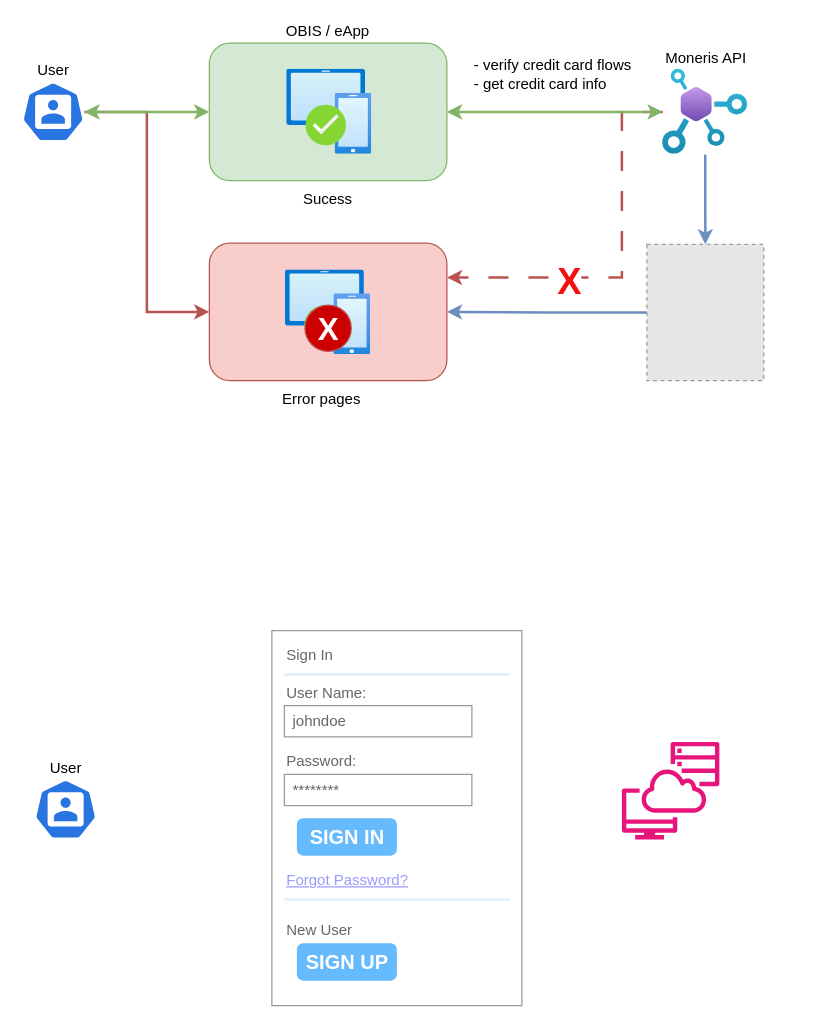
The draw.io diagram use cases.drawio in gtrofimov/draw-io-projects, before the edit. Source tidied: cells renumbered, new cells numbered last; positions are measured from the earlier drawing's top-left corner, leaving out a move shared by most shapes. Both pictures are drawn from the tidied source at 125%, with x=0, y=0 at pixel (21, 42). Pictures stored in the file or linked from it are replaced by grey dashed boxes.
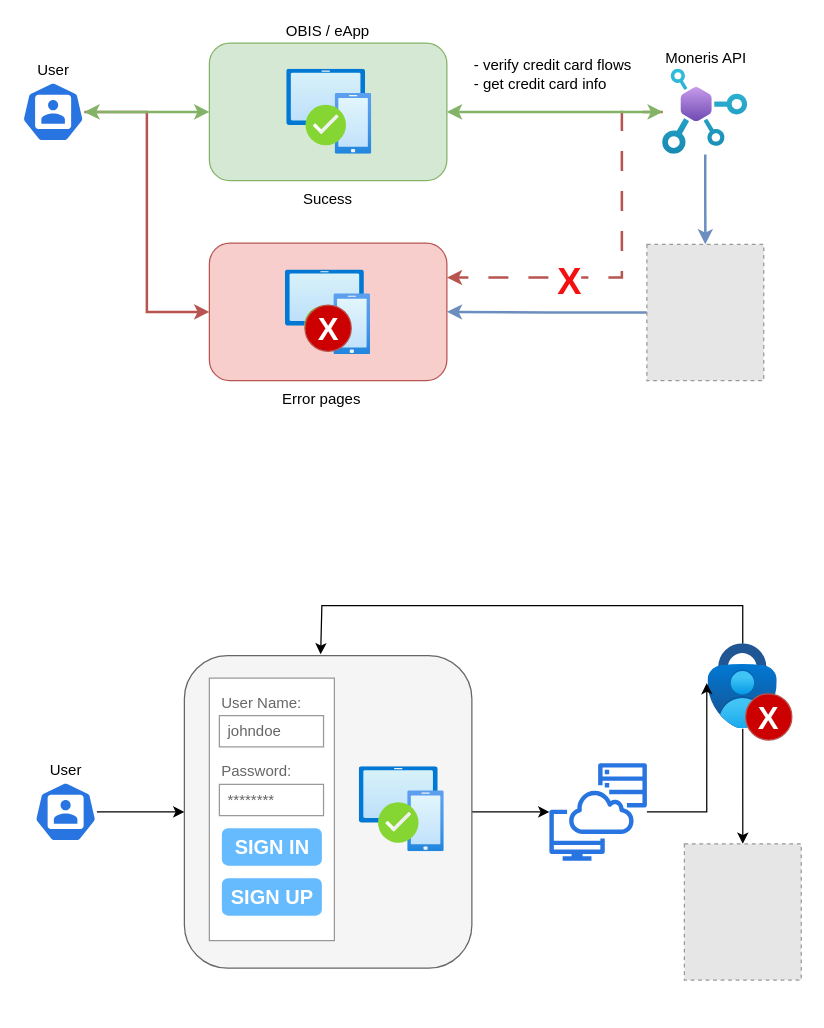
Above is the later version.

Change to the diagram source:
```diff
@@
+    <mxCell id="37" style="edgeStyle=orthogonalEdgeStyle;rounded=0;jettySize=auto;html=1;" parent="1" edge="1" source="38" target="36">
+      <mxGeometry relative="1" as="geometry" />
+    </mxCell>
+    <mxCell id="38" style="rounded=1;whiteSpace=wrap;html=1;fillColor=#f5f5f5;fontColor=#333333;strokeColor=#666666;" parent="1" vertex="1">
+      <mxGeometry x="130" y="490" width="230" height="250" as="geometry" />
+    </mxCell>
@@
+    <mxCell id="39" style="edgeStyle=orthogonalEdgeStyle;rounded=0;jettySize=auto;html=1;" parent="1" edge="1" source="23" target="38">
+      <mxGeometry relative="1" as="geometry" />
+    </mxCell>
     <mxCell id="23" value="User" style="sketch=0;html=1;dashed=0;whitespace=wrap;verticalLabelPosition=top;verticalAlign=bottom;fillColor=#2875E2;strokeColor=#ffffff;points=[[0.005,0.63,0],[0.1,0.2,0],[0.9,0.2,0],[0.5,0,0],[0.995,0.63,0],[0.72,0.99,0],[0.5,1,0],[0.28,0.99,0]];shape=mxgraph.kubernetes.icon2;prIcon=user;labelPosition=center;align=center;" parent="1" vertex="1">
-      <mxGeometry x="10" y="589" width="50" height="48" as="geometry" />
+      <mxGeometry x="10" y="591" width="50" height="48" as="geometry" />
     </mxCell>
     <mxCell id="24" style="strokeWidth=1;shadow=0;dashed=0;align=center;html=1;shape=mxgraph.mockup.forms.rrect;rSize=0;strokeColor=#999999;fillColor=#ffffff;" parent="1" vertex="1">
-      <mxGeometry x="200" y="470" width="200" height="300" as="geometry" />
+      <mxGeometry x="150" y="508" width="100" height="210" as="geometry" />
     </mxCell>
-    <mxCell id="25" value="Sign In" style="strokeWidth=1;shadow=0;dashed=0;align=center;html=1;shape=mxgraph.mockup.forms.anchor;fontSize=12;fontColor=#666666;align=left;spacingLeft=0;" parent="24" vertex="1">
-      <mxGeometry width="100" height="20" relative="1" as="geometry">
+    <mxCell id="25" style="strokeWidth=1;shadow=0;dashed=0;align=center;html=1;shape=mxgraph.mockup.forms.anchor;fontSize=12;fontColor=#666666;align=left;spacingLeft=0;" parent="24" vertex="1">
+      <mxGeometry width="50" height="20" relative="1" as="geometry">
         <mxPoint x="10" y="10" as="offset" />
       </mxGeometry>
     </mxCell>
-    <mxCell id="26" style="shape=line;strokeColor=#ddeeff;strokeWidth=2;html=1;" parent="24" vertex="1">
-      <mxGeometry width="180" height="10" relative="1" as="geometry">
-        <mxPoint x="10" y="30" as="offset" />
-      </mxGeometry>
-    </mxCell>
     <mxCell id="27" value="User Name:" style="strokeWidth=1;shadow=0;dashed=0;align=center;html=1;shape=mxgraph.mockup.forms.anchor;fontSize=12;fontColor=#666666;align=left;spacingLeft=0;" parent="24" vertex="1">
-      <mxGeometry width="100" height="20" relative="1" as="geometry">
-        <mxPoint x="10" y="40" as="offset" />
+      <mxGeometry width="50" height="20" relative="1" as="geometry">
+        <mxPoint x="8" y="10" as="offset" />
       </mxGeometry>
     </mxCell>
     <mxCell id="28" value="johndoe" style="strokeWidth=1;shadow=0;dashed=0;align=center;html=1;shape=mxgraph.mockup.forms.rrect;rSize=0;strokeColor=#999999;fontColor=#666666;align=left;spacingLeft=5;" parent="24" vertex="1">
-      <mxGeometry width="150" height="25" relative="1" as="geometry">
-        <mxPoint x="10" y="60" as="offset" />
+      <mxGeometry width="83.33" height="25" relative="1" as="geometry">
+        <mxPoint x="8" y="30" as="offset" />
       </mxGeometry>
     </mxCell>
     <mxCell id="29" value="Password:" style="strokeWidth=1;shadow=0;dashed=0;align=center;html=1;shape=mxgraph.mockup.forms.anchor;fontSize=12;fontColor=#666666;align=left;spacingLeft=0;" parent="24" vertex="1">
-      <mxGeometry width="100" height="20" relative="1" as="geometry">
-        <mxPoint x="10" y="95" as="offset" />
+      <mxGeometry width="50" height="20" relative="1" as="geometry">
+        <mxPoint x="8" y="65" as="offset" />
       </mxGeometry>
     </mxCell>
     <mxCell id="30" value="********" style="strokeWidth=1;shadow=0;dashed=0;align=center;html=1;shape=mxgraph.mockup.forms.rrect;rSize=0;strokeColor=#999999;fontColor=#666666;align=left;spacingLeft=5;" parent="24" vertex="1">
-      <mxGeometry width="150" height="25" relative="1" as="geometry">
-        <mxPoint x="10" y="115" as="offset" />
+      <mxGeometry width="83.33" height="25" relative="1" as="geometry">
+        <mxPoint x="8" y="85" as="offset" />
       </mxGeometry>
     </mxCell>
     <mxCell id="31" value="SIGN IN" style="strokeWidth=1;shadow=0;dashed=0;align=center;html=1;shape=mxgraph.mockup.forms.rrect;rSize=5;strokeColor=none;fontColor=#ffffff;fillColor=#66bbff;fontSize=16;fontStyle=1;" parent="24" vertex="1">
       <mxGeometry y="1" width="80" height="30" relative="1" as="geometry">
-        <mxPoint x="20" y="-150" as="offset" />
+        <mxPoint x="10" y="-90" as="offset" />
       </mxGeometry>
     </mxCell>
-    <mxCell id="32" value="Forgot Password?" style="strokeWidth=1;shadow=0;dashed=0;align=center;html=1;shape=mxgraph.mockup.forms.anchor;fontSize=12;fontColor=#9999ff;align=left;spacingLeft=0;fontStyle=4;" parent="24" vertex="1">
-      <mxGeometry y="1" width="150" height="20" relative="1" as="geometry">
+    <mxCell id="32" style="strokeWidth=1;shadow=0;dashed=0;align=center;html=1;shape=mxgraph.mockup.forms.anchor;fontSize=12;fontColor=#9999ff;align=left;spacingLeft=0;fontStyle=4;" parent="24" vertex="1">
+      <mxGeometry y="1" width="75" height="20" relative="1" as="geometry">
         <mxPoint x="10" y="-110" as="offset" />
       </mxGeometry>
     </mxCell>
-    <mxCell id="33" style="shape=line;strokeColor=#ddeeff;strokeWidth=2;html=1;" parent="24" vertex="1">
-      <mxGeometry y="1" width="180" height="10" relative="1" as="geometry">
-        <mxPoint x="10" y="-90" as="offset" />
-      </mxGeometry>
-    </mxCell>
-    <mxCell id="34" value="New User" style="strokeWidth=1;shadow=0;dashed=0;align=center;html=1;shape=mxgraph.mockup.forms.anchor;fontSize=12;fontColor=#666666;align=left;spacingLeft=0;" parent="24" vertex="1">
-      <mxGeometry y="1" width="150" height="20" relative="1" as="geometry">
-        <mxPoint x="10" y="-70" as="offset" />
-      </mxGeometry>
-    </mxCell>
     <mxCell id="35" value="SIGN UP" style="strokeWidth=1;shadow=0;dashed=0;align=center;html=1;shape=mxgraph.mockup.forms.rrect;rSize=5;strokeColor=none;fontColor=#ffffff;fillColor=#66bbff;fontSize=16;fontStyle=1;" parent="24" vertex="1">
       <mxGeometry y="1" width="80" height="30" relative="1" as="geometry">
-        <mxPoint x="20" y="-50" as="offset" />
+        <mxPoint x="10" y="-50" as="offset" />
       </mxGeometry>
     </mxCell>
-    <mxCell id="36" style="sketch=0;outlineConnect=0;fontColor=#232F3E;gradientColor=none;fillColor=#E7157B;strokeColor=none;dashed=0;verticalLabelPosition=bottom;verticalAlign=top;align=center;html=1;fontSize=12;fontStyle=0;shape=mxgraph.aws4.systems_manager_session_manager;" parent="1" vertex="1">
-      <mxGeometry x="480" y="559" width="78" height="78" as="geometry" />
+    <mxCell id="36" style="sketch=0;outlineConnect=0;fontColor=#232F3E;gradientColor=none;fillColor=#2875e2;strokeColor=none;dashed=0;verticalLabelPosition=bottom;verticalAlign=top;align=center;html=1;fontSize=12;fontStyle=0;shape=mxgraph.aws4.systems_manager_session_manager;" parent="1" vertex="1">
+      <mxGeometry x="422" y="576" width="78" height="78" as="geometry" />
     </mxCell>
+    <mxCell id="40" style="image;html=1;align=center;fontSize=12;image=img/lib/azure2/identity/Multi_Factor_Authentication.svg;" parent="1" vertex="1">
+      <mxGeometry x="270" y="579" width="68" height="68" as="geometry" />
+    </mxCell>
+    <mxCell id="41" style="edgeStyle=orthogonalEdgeStyle;rounded=0;jettySize=auto;html=1;entryX=0.5;entryY=0;entryDx=0;entryDy=0;" parent="1" edge="1" source="43" target="45">
+      <mxGeometry relative="1" as="geometry" />
+    </mxCell>
+    <mxCell id="42" style="edgeStyle=orthogonalEdgeStyle;rounded=0;jettySize=auto;html=1;entryX=0.474;entryY=-0.004;entryDx=0;entryDy=0;entryPerimeter=0;" parent="1" edge="1" source="43" target="38">
+      <mxGeometry relative="1" as="geometry">
+        <Array as="points">
+          <mxPoint x="577" y="450" />
+          <mxPoint x="240" y="450" />
+        </Array>
+      </mxGeometry>
+    </mxCell>
+    <mxCell id="43" style="image;html=1;points=[];align=center;fontSize=12;image=img/lib/azure2/security/Multifactor_Authentication.svg;" parent="1" vertex="1">
+      <mxGeometry x="549" y="480.5" width="55.4" height="68" as="geometry" />
+    </mxCell>
+    <mxCell id="44" value="&lt;font color=&quot;#ffffff&quot; style=&quot;font-size: 25px;&quot;&gt;&lt;b style=&quot;&quot;&gt;X&lt;/b&gt;&lt;/font&gt;" style="ellipse;whiteSpace=wrap;html=1;fillColor=#CC0000;strokeColor=#b85450;" parent="1" vertex="1">
+      <mxGeometry x="579" y="520.5" width="37" height="37" as="geometry" />
+    </mxCell>
+    <mxCell id="45" style="fillColor=#E6E6E6;strokeColor=#999999;dashed=1;verticalLabelPosition=bottom;verticalAlign=top;" parent="1" vertex="1">
+      <mxGeometry x="530" y="640.5" width="93.5" height="109" as="geometry" />
+    </mxCell>
+    <mxCell id="46" style="edgeStyle=orthogonalEdgeStyle;rounded=0;jettySize=auto;html=1;entryX=-0.019;entryY=0.463;entryDx=0;entryDy=0;entryPerimeter=0;" parent="1" edge="1" source="36" target="43">
+      <mxGeometry relative="1" as="geometry" />
+    </mxCell>
```
